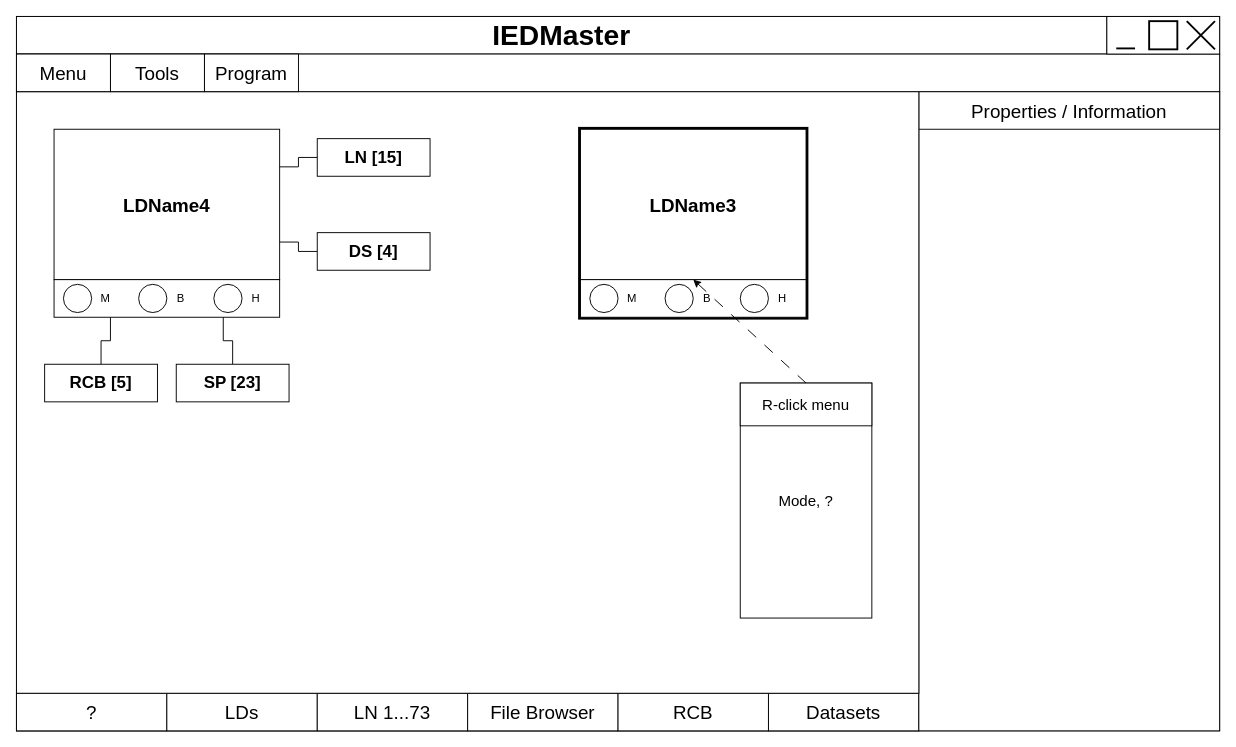
Rustam12345m/IEDClient keeps this draw.io diagram as page "GUI LD" (2 of 8) of docs/Architecture.drawio. Above is the earlier version. Source tidied: cells renumbered, new cells numbered last; positions are measured from the earlier drawing's top-left corner, leaving out a move shared by most shapes. Both pictures are drawn from the tidied source at 94%, with x=0, y=0 at pixel (16, 16).
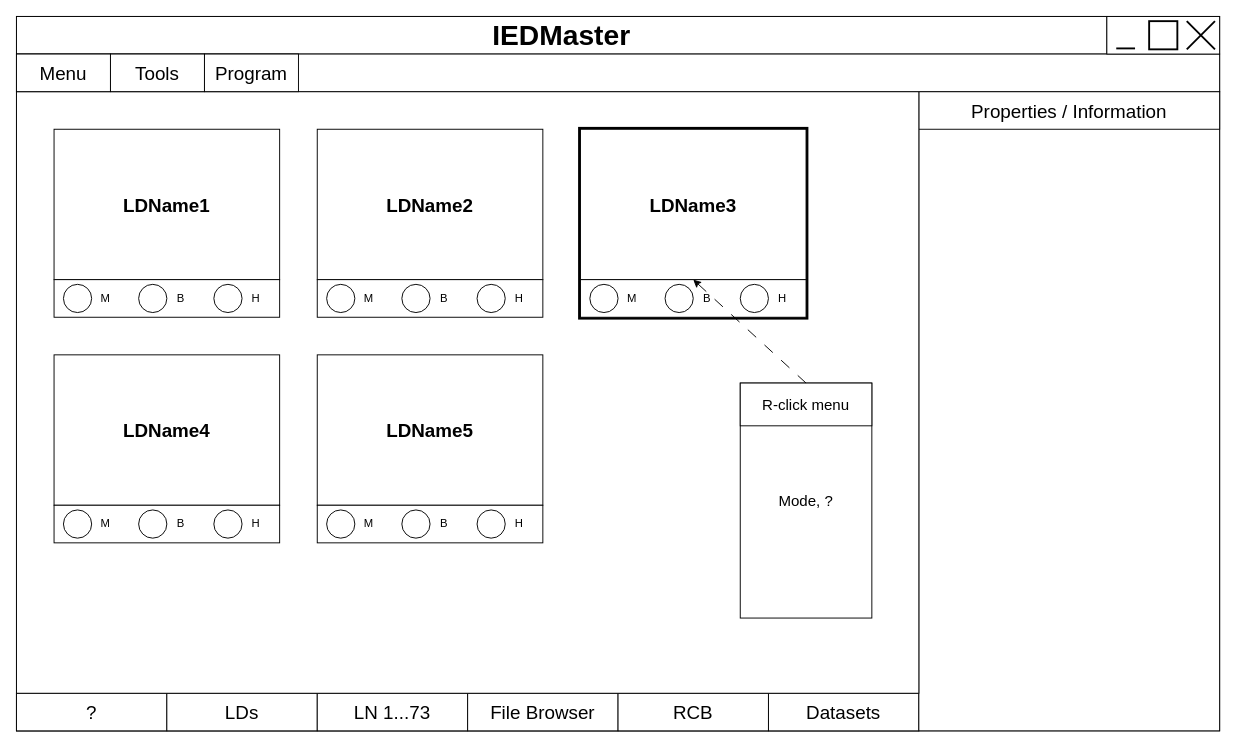
The same diagram, later.

The change refers to these unchanged cells:
```xml
<mxCell id="29" value="&lt;font style=&quot;font-size: 20px;&quot;&gt;&lt;b&gt;LDName3&lt;/b&gt;&lt;/font&gt;" style="rounded=0;whiteSpace=wrap;html=1;" parent="28" vertex="1">
  <mxGeometry width="240" height="160" as="geometry" />
</mxCell>
<mxCell id="46" value="&lt;font style=&quot;font-size: 20px;&quot;&gt;&lt;b&gt;LDName4&lt;/b&gt;&lt;/font&gt;" style="rounded=0;whiteSpace=wrap;html=1;" parent="45" vertex="1">
  <mxGeometry width="240" height="160" as="geometry" />
</mxCell>
<mxCell id="47" style="rounded=0;whiteSpace=wrap;html=1;" parent="45" vertex="1">
  <mxGeometry y="160" width="240" height="40" as="geometry" />
</mxCell>
```

What changed in the source:
```diff
@@
+    <mxCell id="65" style="group;" parent="1" vertex="1">
+      <mxGeometry x="40" y="120" width="240" height="200" as="geometry" />
+    </mxCell>
+    <mxCell id="66" value="&lt;font style=&quot;font-size: 20px;&quot;&gt;&lt;b&gt;LDName1&lt;/b&gt;&lt;/font&gt;" style="rounded=0;whiteSpace=wrap;html=1;" parent="65" vertex="1">
+      <mxGeometry width="240" height="160" as="geometry" />
+    </mxCell>
+    <mxCell id="67" style="rounded=0;whiteSpace=wrap;html=1;" parent="65" vertex="1">
+      <mxGeometry y="160" width="240" height="40" as="geometry" />
+    </mxCell>
+    <mxCell id="68" style="group;" parent="65" vertex="1">
+      <mxGeometry x="10" y="160" width="60" height="40" as="geometry" />
+    </mxCell>
+    <mxCell id="69" style="ellipse;whiteSpace=wrap;html=1;" parent="68" vertex="1">
+      <mxGeometry y="5" width="30" height="30" as="geometry" />
+    </mxCell>
+    <mxCell id="70" value="M" style="text;html=1;strokeColor=none;fillColor=none;align=center;verticalAlign=middle;whiteSpace=wrap;rounded=0;" parent="68" vertex="1">
+      <mxGeometry x="30" width="30" height="40" as="geometry" />
+    </mxCell>
+    <mxCell id="71" style="group;" parent="65" vertex="1">
+      <mxGeometry x="90" y="160" width="60" height="40" as="geometry" />
+    </mxCell>
+    <mxCell id="72" style="ellipse;whiteSpace=wrap;html=1;" parent="71" vertex="1">
+      <mxGeometry y="5" width="30" height="30" as="geometry" />
+    </mxCell>
+    <mxCell id="73" value="B" style="text;html=1;strokeColor=none;fillColor=none;align=center;verticalAlign=middle;whiteSpace=wrap;rounded=0;" parent="71" vertex="1">
+      <mxGeometry x="30" width="30" height="40" as="geometry" />
+    </mxCell>
+    <mxCell id="74" style="group;" parent="65" vertex="1">
+      <mxGeometry x="170" y="160" width="60" height="40" as="geometry" />
+    </mxCell>
+    <mxCell id="75" style="ellipse;whiteSpace=wrap;html=1;" parent="74" vertex="1">
+      <mxGeometry y="5" width="30" height="30" as="geometry" />
+    </mxCell>
+    <mxCell id="76" value="H" style="text;html=1;strokeColor=none;fillColor=none;align=center;verticalAlign=middle;whiteSpace=wrap;rounded=0;" parent="74" vertex="1">
+      <mxGeometry x="30" width="30" height="40" as="geometry" />
+    </mxCell>
+    <mxCell id="77" style="group;" parent="1" vertex="1">
+      <mxGeometry x="320" y="120" width="240" height="200" as="geometry" />
+    </mxCell>
+    <mxCell id="78" value="&lt;font style=&quot;font-size: 20px;&quot;&gt;&lt;b&gt;LDName2&lt;/b&gt;&lt;/font&gt;" style="rounded=0;whiteSpace=wrap;html=1;" parent="77" vertex="1">
+      <mxGeometry width="240" height="160" as="geometry" />
+    </mxCell>
+    <mxCell id="79" style="rounded=0;whiteSpace=wrap;html=1;" parent="77" vertex="1">
+      <mxGeometry y="160" width="240" height="40" as="geometry" />
+    </mxCell>
+    <mxCell id="80" style="group;" parent="77" vertex="1">
+      <mxGeometry x="10" y="160" width="60" height="40" as="geometry" />
+    </mxCell>
+    <mxCell id="81" style="ellipse;whiteSpace=wrap;html=1;" parent="80" vertex="1">
+      <mxGeometry y="5" width="30" height="30" as="geometry" />
+    </mxCell>
+    <mxCell id="82" value="M" style="text;html=1;strokeColor=none;fillColor=none;align=center;verticalAlign=middle;whiteSpace=wrap;rounded=0;" parent="80" vertex="1">
+      <mxGeometry x="30" width="30" height="40" as="geometry" />
+    </mxCell>
+    <mxCell id="83" style="group;" parent="77" vertex="1">
+      <mxGeometry x="90" y="160" width="60" height="40" as="geometry" />
+    </mxCell>
+    <mxCell id="84" style="ellipse;whiteSpace=wrap;html=1;" parent="83" vertex="1">
+      <mxGeometry y="5" width="30" height="30" as="geometry" />
+    </mxCell>
+    <mxCell id="85" value="B" style="text;html=1;strokeColor=none;fillColor=none;align=center;verticalAlign=middle;whiteSpace=wrap;rounded=0;" parent="83" vertex="1">
+      <mxGeometry x="30" width="30" height="40" as="geometry" />
+    </mxCell>
+    <mxCell id="86" style="group;" parent="77" vertex="1">
+      <mxGeometry x="170" y="160" width="60" height="40" as="geometry" />
+    </mxCell>
+    <mxCell id="87" style="ellipse;whiteSpace=wrap;html=1;" parent="86" vertex="1">
+      <mxGeometry y="5" width="30" height="30" as="geometry" />
+    </mxCell>
+    <mxCell id="88" value="H" style="text;html=1;strokeColor=none;fillColor=none;align=center;verticalAlign=middle;whiteSpace=wrap;rounded=0;" parent="86" vertex="1">
+      <mxGeometry x="30" width="30" height="40" as="geometry" />
+    </mxCell>
@@
-    <mxCell id="40" style="group;strokeColor=none;dashed=1;" parent="1" vertex="1">
-      <mxGeometry x="770" y="390" width="140" height="250" as="geometry" />
-    </mxCell>
-    <mxCell id="41" value="&lt;font style=&quot;font-size: 16px;&quot;&gt;Mode, ?&lt;/font&gt;" style="rounded=0;whiteSpace=wrap;html=1;" parent="40" vertex="1">
-      <mxGeometry width="140" height="250" as="geometry" />
-    </mxCell>
-    <mxCell id="42" value="&lt;font style=&quot;font-size: 16px;&quot;&gt;R-click menu&lt;/font&gt;" style="rounded=0;whiteSpace=wrap;html=1;" parent="40" vertex="1">
-      <mxGeometry width="140" height="45.5" as="geometry" />
-    </mxCell>
-    <mxCell id="43" style="rounded=0;jettySize=auto;html=1;exitX=0.5;exitY=0;exitDx=0;exitDy=0;entryX=0.5;entryY=1;entryDx=0;entryDy=0;dashed=1;dashPattern=12 12;" parent="1" edge="1" source="42" target="29">
-      <mxGeometry relative="1" as="geometry" />
-    </mxCell>
-    <mxCell id="44" style="group;" parent="1" vertex="1">
-      <mxGeometry x="30" y="120" width="410" height="290" as="geometry" />
-    </mxCell>
-    <mxCell id="45" style="group;" parent="44" vertex="1">
-      <mxGeometry x="10" width="240" height="200" as="geometry" />
+    <mxCell id="45" style="group;" parent="1" vertex="1">
+      <mxGeometry x="40" y="360" width="240" height="200" as="geometry" />
     </mxCell>
@@
-    <mxCell id="57" value="&lt;font style=&quot;font-size: 18px;&quot;&gt;&lt;b&gt;LN [15]&lt;/b&gt;&lt;/font&gt;" style="rounded=0;whiteSpace=wrap;html=1;" parent="44" vertex="1">
-      <mxGeometry x="290" y="10" width="120" height="40" as="geometry" />
-    </mxCell>
-    <mxCell id="58" style="edgeStyle=orthogonalEdgeStyle;rounded=0;jettySize=auto;html=1;exitX=1;exitY=0.25;exitDx=0;exitDy=0;entryX=0;entryY=0.5;entryDx=0;entryDy=0;endArrow=none;endFill=0;" parent="44" edge="1" source="46" target="57">
-      <mxGeometry relative="1" as="geometry" />
-    </mxCell>
-    <mxCell id="59" value="&lt;font style=&quot;font-size: 18px;&quot;&gt;&lt;b&gt;DS [4]&lt;/b&gt;&lt;/font&gt;" style="rounded=0;whiteSpace=wrap;html=1;" parent="44" vertex="1">
-      <mxGeometry x="290" y="110" width="120" height="40" as="geometry" />
-    </mxCell>
-    <mxCell id="60" style="edgeStyle=orthogonalEdgeStyle;rounded=0;jettySize=auto;html=1;exitX=1;exitY=0.75;exitDx=0;exitDy=0;entryX=0;entryY=0.5;entryDx=0;entryDy=0;endArrow=none;endFill=0;" parent="44" edge="1" source="46" target="59">
-      <mxGeometry relative="1" as="geometry" />
-    </mxCell>
-    <mxCell id="61" style="edgeStyle=orthogonalEdgeStyle;rounded=0;jettySize=auto;html=1;exitX=0.5;exitY=0;exitDx=0;exitDy=0;entryX=0.25;entryY=1;entryDx=0;entryDy=0;endArrow=none;endFill=0;" parent="44" edge="1" source="62" target="47">
-      <mxGeometry relative="1" as="geometry" />
-    </mxCell>
-    <mxCell id="62" value="&lt;font style=&quot;font-size: 18px;&quot;&gt;&lt;b&gt;RCB [5]&lt;/b&gt;&lt;/font&gt;" style="rounded=0;whiteSpace=wrap;html=1;" parent="44" vertex="1">
-      <mxGeometry y="250" width="120" height="40" as="geometry" />
-    </mxCell>
-    <mxCell id="63" style="edgeStyle=orthogonalEdgeStyle;rounded=0;jettySize=auto;html=1;exitX=0.5;exitY=0;exitDx=0;exitDy=0;entryX=0.75;entryY=1;entryDx=0;entryDy=0;endArrow=none;endFill=0;" parent="44" edge="1" source="64" target="47">
-      <mxGeometry relative="1" as="geometry" />
-    </mxCell>
-    <mxCell id="64" value="&lt;font style=&quot;font-size: 18px;&quot;&gt;&lt;b&gt;SP [23]&lt;/b&gt;&lt;/font&gt;" style="rounded=0;whiteSpace=wrap;html=1;" parent="44" vertex="1">
-      <mxGeometry x="140" y="250" width="120" height="40" as="geometry" />
-    </mxCell>
+    <mxCell id="89" style="group;" parent="1" vertex="1">
+      <mxGeometry x="320" y="360" width="240" height="200" as="geometry" />
+    </mxCell>
+    <mxCell id="90" value="&lt;font style=&quot;font-size: 20px;&quot;&gt;&lt;b&gt;LDName5&lt;/b&gt;&lt;/font&gt;" style="rounded=0;whiteSpace=wrap;html=1;" parent="89" vertex="1">
+      <mxGeometry width="240" height="160" as="geometry" />
+    </mxCell>
+    <mxCell id="91" style="rounded=0;whiteSpace=wrap;html=1;" parent="89" vertex="1">
+      <mxGeometry y="160" width="240" height="40" as="geometry" />
+    </mxCell>
+    <mxCell id="92" style="group;" parent="89" vertex="1">
+      <mxGeometry x="10" y="160" width="60" height="40" as="geometry" />
+    </mxCell>
+    <mxCell id="93" style="ellipse;whiteSpace=wrap;html=1;" parent="92" vertex="1">
+      <mxGeometry y="5" width="30" height="30" as="geometry" />
+    </mxCell>
+    <mxCell id="94" value="M" style="text;html=1;strokeColor=none;fillColor=none;align=center;verticalAlign=middle;whiteSpace=wrap;rounded=0;" parent="92" vertex="1">
+      <mxGeometry x="30" width="30" height="40" as="geometry" />
+    </mxCell>
+    <mxCell id="95" style="group;" parent="89" vertex="1">
+      <mxGeometry x="90" y="160" width="60" height="40" as="geometry" />
+    </mxCell>
+    <mxCell id="96" style="ellipse;whiteSpace=wrap;html=1;" parent="95" vertex="1">
+      <mxGeometry y="5" width="30" height="30" as="geometry" />
+    </mxCell>
+    <mxCell id="97" value="B" style="text;html=1;strokeColor=none;fillColor=none;align=center;verticalAlign=middle;whiteSpace=wrap;rounded=0;" parent="95" vertex="1">
+      <mxGeometry x="30" width="30" height="40" as="geometry" />
+    </mxCell>
+    <mxCell id="98" style="group;" parent="89" vertex="1">
+      <mxGeometry x="170" y="160" width="60" height="40" as="geometry" />
+    </mxCell>
+    <mxCell id="99" style="ellipse;whiteSpace=wrap;html=1;" parent="98" vertex="1">
+      <mxGeometry y="5" width="30" height="30" as="geometry" />
+    </mxCell>
+    <mxCell id="100" value="H" style="text;html=1;strokeColor=none;fillColor=none;align=center;verticalAlign=middle;whiteSpace=wrap;rounded=0;" parent="98" vertex="1">
+      <mxGeometry x="30" width="30" height="40" as="geometry" />
+    </mxCell>
+    <mxCell id="40" style="group;strokeColor=none;dashed=1;" parent="1" vertex="1">
+      <mxGeometry x="770" y="390" width="140" height="250" as="geometry" />
+    </mxCell>
+    <mxCell id="41" value="&lt;font style=&quot;font-size: 16px;&quot;&gt;Mode, ?&lt;/font&gt;" style="rounded=0;whiteSpace=wrap;html=1;" parent="40" vertex="1">
+      <mxGeometry width="140" height="250" as="geometry" />
+    </mxCell>
+    <mxCell id="42" value="&lt;font style=&quot;font-size: 16px;&quot;&gt;R-click menu&lt;/font&gt;" style="rounded=0;whiteSpace=wrap;html=1;" parent="40" vertex="1">
+      <mxGeometry width="140" height="45.5" as="geometry" />
+    </mxCell>
+    <mxCell id="43" style="rounded=0;jettySize=auto;html=1;exitX=0.5;exitY=0;exitDx=0;exitDy=0;entryX=0.5;entryY=1;entryDx=0;entryDy=0;dashed=1;dashPattern=12 12;" parent="1" edge="1" source="42" target="29">
+      <mxGeometry relative="1" as="geometry" />
+    </mxCell>
```
